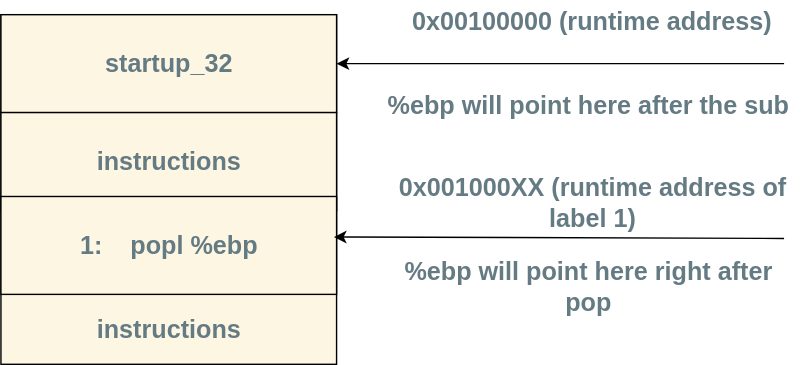
This is Booting/images/startup_32.svg from 0xAX/linux-insides, a draw.io export, as it was before one commit. Source tidied: cells renumbered, new cells last; positions are measured from the earlier drawing's top-left corner, leaving out a move shared by most shapes.
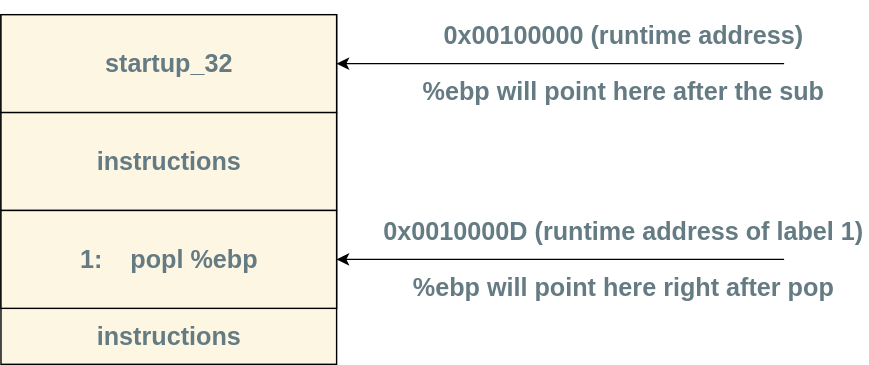
After the change.

Commit message:
boot-4: imporve diagram and fix the type of the address

Change to the diagram source:
```diff
@@ -12,7 +12,7 @@
       <mxGeometry y="80" width="240" height="70" as="geometry" />
     </mxCell>
     <mxCell id="5" style="rounded=0;whiteSpace=wrap;html=1;fillColor=#FDF6E3;" parent="1" vertex="1">
-      <mxGeometry y="140" width="240" height="70" as="geometry" />
+      <mxGeometry y="150" width="240" height="70" as="geometry" />
     </mxCell>
     <mxCell id="6" value="&lt;b style=&quot;color: rgb(101, 123, 131);&quot;&gt;&lt;font style=&quot;font-size: 18px;&quot;&gt;startup_32&lt;/font&gt;&lt;/b&gt;" style="text;html=1;align=center;verticalAlign=middle;whiteSpace=wrap;rounded=0;" parent="1" vertex="1">
       <mxGeometry x="45" y="30" width="150" height="30" as="geometry" />
@@ -21,32 +21,32 @@
       <mxGeometry x="45" y="100" width="150" height="30" as="geometry" />
     </mxCell>
     <mxCell id="8" value="&lt;font style=&quot;font-size: 18px; color: rgb(101, 123, 131);&quot;&gt;&lt;b&gt;1:&amp;nbsp; &amp;nbsp; popl %ebp&lt;/b&gt;&lt;/font&gt;" style="text;html=1;align=center;verticalAlign=middle;whiteSpace=wrap;rounded=0;" parent="1" vertex="1">
-      <mxGeometry x="45" y="160" width="150" height="30" as="geometry" />
+      <mxGeometry x="45" y="170" width="150" height="30" as="geometry" />
     </mxCell>
     <mxCell id="9" value="&lt;font style=&quot;font-size: 18px; color: rgb(101, 123, 131);&quot;&gt;&lt;b&gt;instructions&lt;/b&gt;&lt;/font&gt;" style="text;html=1;align=center;verticalAlign=middle;whiteSpace=wrap;rounded=0;" parent="1" vertex="1">
-      <mxGeometry x="45" y="220" width="150" height="30" as="geometry" />
+      <mxGeometry x="45" y="225" width="150" height="30" as="geometry" />
     </mxCell>
     <mxCell id="10" style="endArrow=classic;html=1;rounded=0;entryX=1;entryY=0.5;entryDx=0;entryDy=0;" parent="1" edge="1" target="3">
       <mxGeometry relative="1" as="geometry">
         <mxPoint x="560" y="45" as="sourcePoint" />
       </mxGeometry>
     </mxCell>
-    <mxCell id="11" style="endArrow=classic;html=1;rounded=0;entryX=0.992;entryY=0.414;entryDx=0;entryDy=0;entryPerimeter=0;" parent="1" edge="1" target="5">
+    <mxCell id="11" style="endArrow=classic;html=1;rounded=0;entryX=1;entryY=0.5;entryDx=0;entryDy=0;" parent="1" edge="1" target="5">
       <mxGeometry relative="1" as="geometry">
-        <mxPoint x="560" y="170" as="sourcePoint" />
+        <mxPoint x="560" y="185" as="sourcePoint" />
       </mxGeometry>
     </mxCell>
     <mxCell id="12" value="&lt;font style=&quot;font-size: 18px; color: rgb(101, 123, 131);&quot;&gt;&lt;b&gt;0x00100000 (runtime address)&lt;/b&gt;&lt;/font&gt;" style="text;html=1;align=center;verticalAlign=middle;whiteSpace=wrap;rounded=0;" parent="1" vertex="1">
-      <mxGeometry x="270" width="305" height="30" as="geometry" />
+      <mxGeometry x="270" y="10" width="350" height="30" as="geometry" />
     </mxCell>
     <mxCell id="13" value="&lt;b style=&quot;color: rgb(101, 123, 131);&quot;&gt;&lt;font style=&quot;font-size: 18px;&quot;&gt;%ebp will point here after the sub&lt;/font&gt;&lt;/b&gt;" style="text;html=1;align=center;verticalAlign=middle;whiteSpace=wrap;rounded=0;" parent="1" vertex="1">
-      <mxGeometry x="270" y="60" width="300" height="30" as="geometry" />
+      <mxGeometry x="270" y="50" width="350" height="30" as="geometry" />
     </mxCell>
     <mxCell id="14" value="&lt;font style=&quot;font-size: 18px; color: rgb(101, 123, 131);&quot;&gt;&lt;b&gt;%ebp will point here right after pop&lt;/b&gt;&lt;/font&gt;" style="text;html=1;align=center;verticalAlign=middle;whiteSpace=wrap;rounded=0;" parent="1" vertex="1">
-      <mxGeometry x="270" y="190" width="300" height="30" as="geometry" />
+      <mxGeometry x="270" y="190" width="350" height="30" as="geometry" />
     </mxCell>
-    <mxCell id="15" value="&lt;font style=&quot;font-size: 18px; color: rgb(101, 123, 131);&quot;&gt;&lt;b&gt;0x001000XX (runtime address of label 1)&lt;/b&gt;&lt;/font&gt;" style="text;html=1;align=center;verticalAlign=middle;whiteSpace=wrap;rounded=0;" parent="1" vertex="1">
-      <mxGeometry x="272.5" y="130" width="300" height="30" as="geometry" />
+    <mxCell id="15" value="&lt;font style=&quot;font-size: 18px; color: rgb(101, 123, 131);&quot;&gt;&lt;b&gt;0x0010000D (runtime address of label 1)&lt;/b&gt;&lt;/font&gt;" style="text;html=1;align=center;verticalAlign=middle;whiteSpace=wrap;rounded=0;" parent="1" vertex="1">
+      <mxGeometry x="270" y="150" width="350" height="30" as="geometry" />
     </mxCell>
   </root>
 </mxGraphModel>
```
